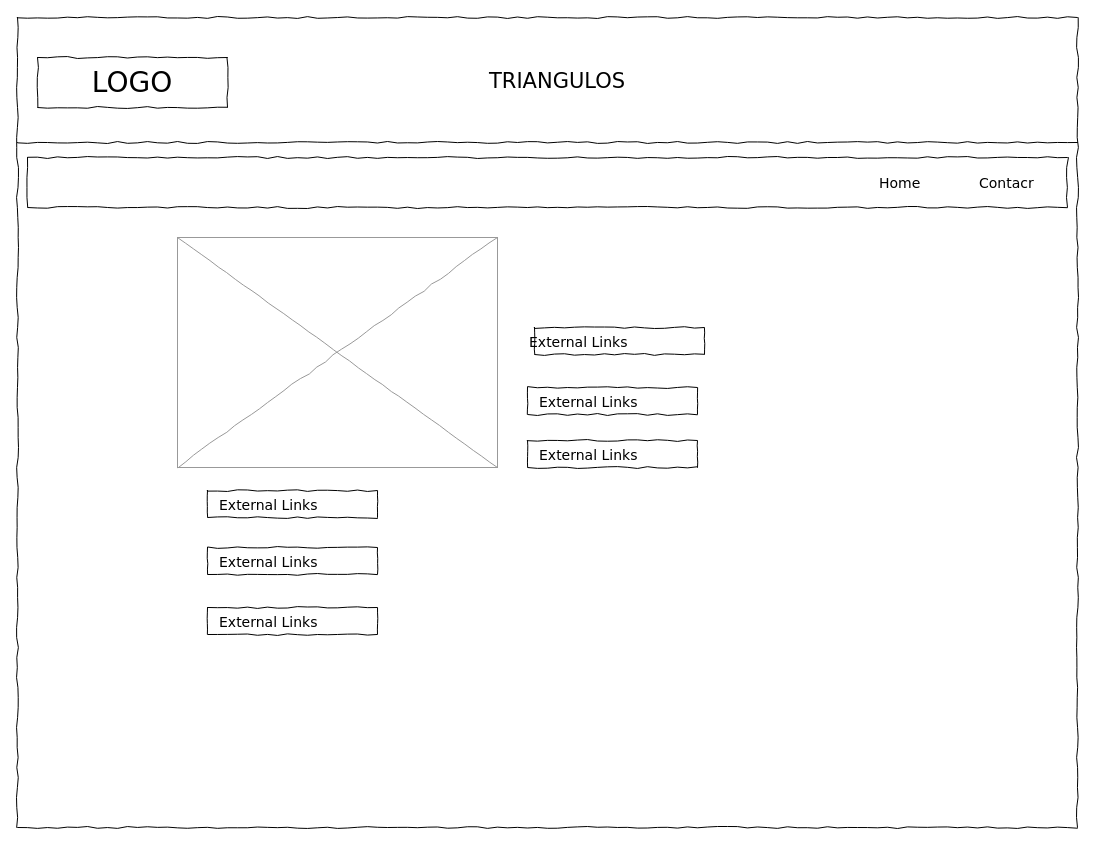
This is Diagrama sin título.drawio from kjarj54/TeoriadeTriangulos, a draw.io file, before an edit. Source tidied: cells renumbered, new cells numbered last; positions are measured from the earlier drawing's top-left corner, leaving out a move shared by most shapes. Both pictures are drawn from the tidied source at 100%, with x=0, y=0 at pixel (17, 17).
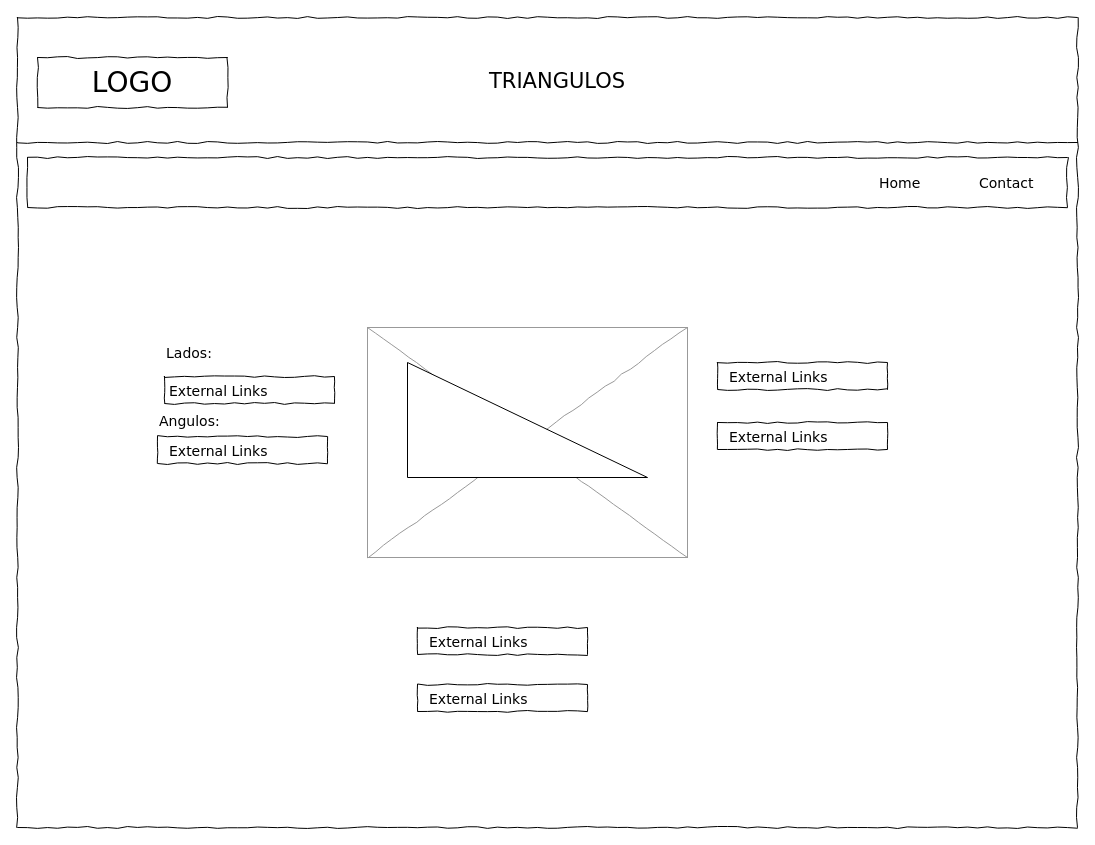
The same diagram, later.

The edit, as a diff of the source:
```diff
@@
-    <mxCell id="8" value="Contacr" style="text;html=1;align=left;verticalAlign=top;spacingTop=-4;fontSize=14;fontFamily=Verdana;" parent="1" vertex="1">
-      <mxGeometry x="960" y="155" width="60" height="20" as="geometry" />
+    <mxCell id="8" value="Contact" style="text;html=1;align=left;verticalAlign=top;spacingTop=-4;fontSize=14;fontFamily=Verdana;" parent="1" vertex="1">
+      <mxGeometry x="960" y="155" width="80" height="20" as="geometry" />
     </mxCell>
     <mxCell id="9" style="verticalLabelPosition=bottom;shadow=0;dashed=0;align=center;html=1;verticalAlign=top;strokeWidth=1;shape=mxgraph.mockup.graphics.simpleIcon;strokeColor=#999999;rounded=0;labelBackgroundColor=none;fontFamily=Verdana;fontSize=14;fontColor=#000000;comic=1;" parent="1" vertex="1">
-      <mxGeometry x="160" y="220" width="320" height="230" as="geometry" />
+      <mxGeometry x="350" y="310" width="320" height="230" as="geometry" />
     </mxCell>
     <mxCell id="10" style="whiteSpace=wrap;html=1;rounded=0;shadow=0;labelBackgroundColor=none;strokeWidth=1;fillColor=none;fontFamily=Verdana;fontSize=12;align=center;comic=1;" parent="1" vertex="1">
-      <mxGeometry x="190" y="473" width="170" height="27" as="geometry" />
+      <mxGeometry x="400" y="610" width="170" height="27" as="geometry" />
     </mxCell>
     <mxCell id="11" value="External Links" style="text;html=1;align=left;verticalAlign=top;spacingTop=-4;fontSize=14;fontFamily=Verdana;" parent="1" vertex="1">
-      <mxGeometry x="200" y="476.5" width="120" height="20" as="geometry" />
+      <mxGeometry x="410" y="613.5" width="120" height="20" as="geometry" />
     </mxCell>
     <mxCell id="12" style="whiteSpace=wrap;html=1;rounded=0;shadow=0;labelBackgroundColor=none;strokeWidth=1;fillColor=none;fontFamily=Verdana;fontSize=12;align=center;comic=1;" parent="1" vertex="1">
-      <mxGeometry x="510" y="423" width="170" height="27" as="geometry" />
+      <mxGeometry x="700" y="345" width="170" height="27" as="geometry" />
     </mxCell>
     <mxCell id="13" value="External Links" style="text;html=1;align=left;verticalAlign=top;spacingTop=-4;fontSize=14;fontFamily=Verdana;" parent="1" vertex="1">
-      <mxGeometry x="520" y="426.5" width="120" height="20" as="geometry" />
+      <mxGeometry x="710" y="348.5" width="120" height="20" as="geometry" />
     </mxCell>
     <mxCell id="14" style="whiteSpace=wrap;html=1;rounded=0;shadow=0;labelBackgroundColor=none;strokeWidth=1;fillColor=none;fontFamily=Verdana;fontSize=12;align=center;comic=1;" parent="1" vertex="1">
-      <mxGeometry x="190" y="530" width="170" height="27" as="geometry" />
+      <mxGeometry x="400" y="667" width="170" height="27" as="geometry" />
     </mxCell>
     <mxCell id="15" value="External Links" style="text;html=1;align=left;verticalAlign=top;spacingTop=-4;fontSize=14;fontFamily=Verdana;" parent="1" vertex="1">
-      <mxGeometry x="200" y="533.5" width="120" height="20" as="geometry" />
+      <mxGeometry x="410" y="670.5" width="120" height="20" as="geometry" />
     </mxCell>
     <mxCell id="16" style="whiteSpace=wrap;html=1;rounded=0;shadow=0;labelBackgroundColor=none;strokeWidth=1;fillColor=none;fontFamily=Verdana;fontSize=12;align=center;comic=1;" parent="1" vertex="1">
-      <mxGeometry x="190" y="590" width="170" height="27" as="geometry" />
+      <mxGeometry x="700" y="405" width="170" height="27" as="geometry" />
     </mxCell>
     <mxCell id="17" value="External Links" style="text;html=1;align=left;verticalAlign=top;spacingTop=-4;fontSize=14;fontFamily=Verdana;" parent="1" vertex="1">
-      <mxGeometry x="200" y="593.5" width="120" height="20" as="geometry" />
+      <mxGeometry x="710" y="408.5" width="120" height="20" as="geometry" />
     </mxCell>
     <mxCell id="18" style="whiteSpace=wrap;html=1;rounded=0;shadow=0;labelBackgroundColor=none;strokeWidth=1;fillColor=none;fontFamily=Verdana;fontSize=12;align=center;comic=1;" parent="1" vertex="1">
-      <mxGeometry x="510" y="370" width="170" height="27" as="geometry" />
+      <mxGeometry x="140" y="419" width="170" height="27" as="geometry" />
     </mxCell>
     <mxCell id="19" value="External Links" style="text;html=1;align=left;verticalAlign=top;spacingTop=-4;fontSize=14;fontFamily=Verdana;" parent="1" vertex="1">
-      <mxGeometry x="520" y="373.5" width="120" height="20" as="geometry" />
+      <mxGeometry x="150" y="422.5" width="120" height="20" as="geometry" />
     </mxCell>
     <mxCell id="20" style="whiteSpace=wrap;html=1;rounded=0;shadow=0;labelBackgroundColor=none;strokeWidth=1;fillColor=none;fontFamily=Verdana;fontSize=12;align=center;comic=1;" parent="1" vertex="1">
-      <mxGeometry x="517" y="310" width="170" height="27" as="geometry" />
+      <mxGeometry x="147" y="359" width="170" height="27" as="geometry" />
     </mxCell>
     <mxCell id="21" value="External Links" style="text;html=1;align=left;verticalAlign=top;spacingTop=-4;fontSize=14;fontFamily=Verdana;" parent="1" vertex="1">
-      <mxGeometry x="510" y="313.5" width="120" height="20" as="geometry" />
+      <mxGeometry x="150" y="362.5" width="120" height="20" as="geometry" />
     </mxCell>
+    <mxCell id="22" style="verticalLabelPosition=bottom;verticalAlign=top;html=1;shape=mxgraph.basic.orthogonal_triangle;" parent="1" vertex="1">
+      <mxGeometry x="390" y="345" width="240" height="115" as="geometry" />
+    </mxCell>
+    <mxCell id="23" value="&lt;div&gt;Lados:&lt;/div&gt;" style="text;html=1;align=left;verticalAlign=top;spacingTop=-4;fontSize=14;fontFamily=Verdana;" parent="1" vertex="1">
+      <mxGeometry x="147" y="325" width="60" height="20" as="geometry" />
+    </mxCell>
+    <mxCell id="24" value="&lt;div&gt;Angulos:&lt;/div&gt;" style="text;html=1;align=left;verticalAlign=top;spacingTop=-4;fontSize=14;fontFamily=Verdana;" parent="1" vertex="1">
+      <mxGeometry x="140" y="392.5" width="60" height="20" as="geometry" />
+    </mxCell>
```
